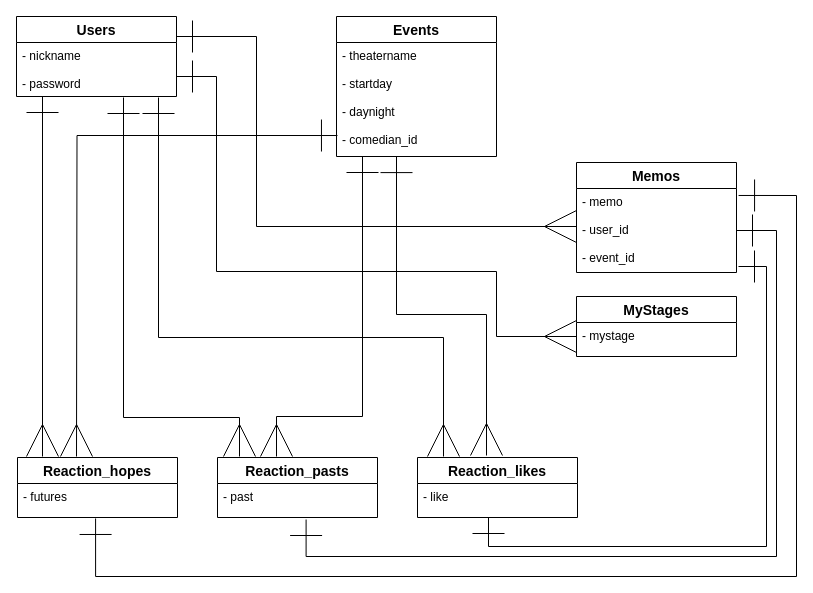
Earlier version of the draw.io diagram zabuton_dayori.dio (saotome88/zabuton_dayori). Source tidied: cells renumbered, new cells numbered last; positions are measured from the earlier drawing's top-left corner, leaving out a move shared by most shapes. Both pictures are drawn from the tidied source at 100%, with x=0, y=0 at pixel (16, 16).
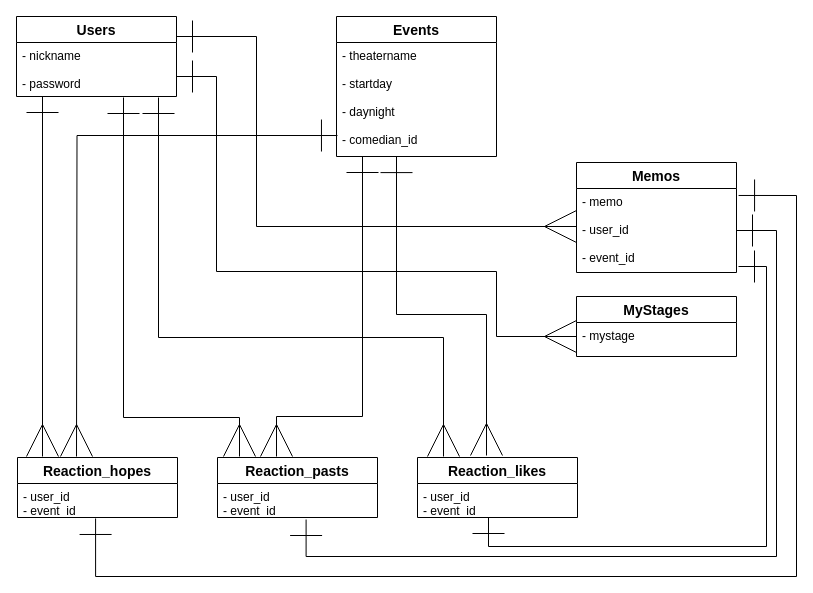
After the change.

Commit message:
いいね機能:ER図の修正

The change refers to these unchanged cells:
```xml
<mxCell id="7" value="Reaction_hopes" style="swimlane;fontStyle=1;horizontal=1;startSize=26;align=center;fontSize=14;" parent="1" vertex="1">
  <mxGeometry x="1" y="441" width="160" height="60" as="geometry" />
</mxCell>
<mxCell id="9" value="Reaction_pasts" style="swimlane;fontStyle=1;horizontal=1;startSize=26;align=center;fontSize=14;" parent="1" vertex="1">
  <mxGeometry x="201" y="441" width="160" height="60" as="geometry" />
</mxCell>
<mxCell id="11" value="Reaction_likes" style="swimlane;fontStyle=1;horizontal=1;startSize=26;align=center;fontSize=14;" parent="1" vertex="1">
  <mxGeometry x="401" y="441" width="160" height="60" as="geometry" />
</mxCell>
```

Change to the diagram source:
```diff
@@
-    <mxCell id="8" value="- futures" style="text;strokeColor=none;fillColor=none;spacingLeft=4;spacingRight=4;overflow=hidden;points=[[0,0.5],[1,0.5]];portConstraint=eastwest;fontSize=12;" parent="7" vertex="1">
+    <mxCell id="8" value="- user_id&#10;- event_id" style="text;strokeColor=none;fillColor=none;spacingLeft=4;spacingRight=4;overflow=hidden;points=[[0,0.5],[1,0.5]];portConstraint=eastwest;fontSize=12;" parent="7" vertex="1">
       <mxGeometry y="26" width="160" height="34" as="geometry" />
     </mxCell>
@@
-    <mxCell id="10" value="- past" style="text;strokeColor=none;fillColor=none;spacingLeft=4;spacingRight=4;overflow=hidden;fontSize=12;" parent="9" vertex="1">
+    <mxCell id="10" value="- user_id&#10;- event_id" style="text;strokeColor=none;fillColor=none;spacingLeft=4;spacingRight=4;overflow=hidden;fontSize=12;" parent="9" vertex="1">
       <mxGeometry y="26" width="160" height="34" as="geometry" />
     </mxCell>
@@
-    <mxCell id="12" value="- like" style="text;strokeColor=none;fillColor=none;spacingLeft=4;spacingRight=4;overflow=hidden;fontSize=12;" parent="11" vertex="1">
+    <mxCell id="12" value="- user_id&#10;- event_id" style="text;strokeColor=none;fillColor=none;spacingLeft=4;spacingRight=4;overflow=hidden;fontSize=12;" parent="11" vertex="1">
       <mxGeometry y="26" width="160" height="34" as="geometry" />
     </mxCell>
```
